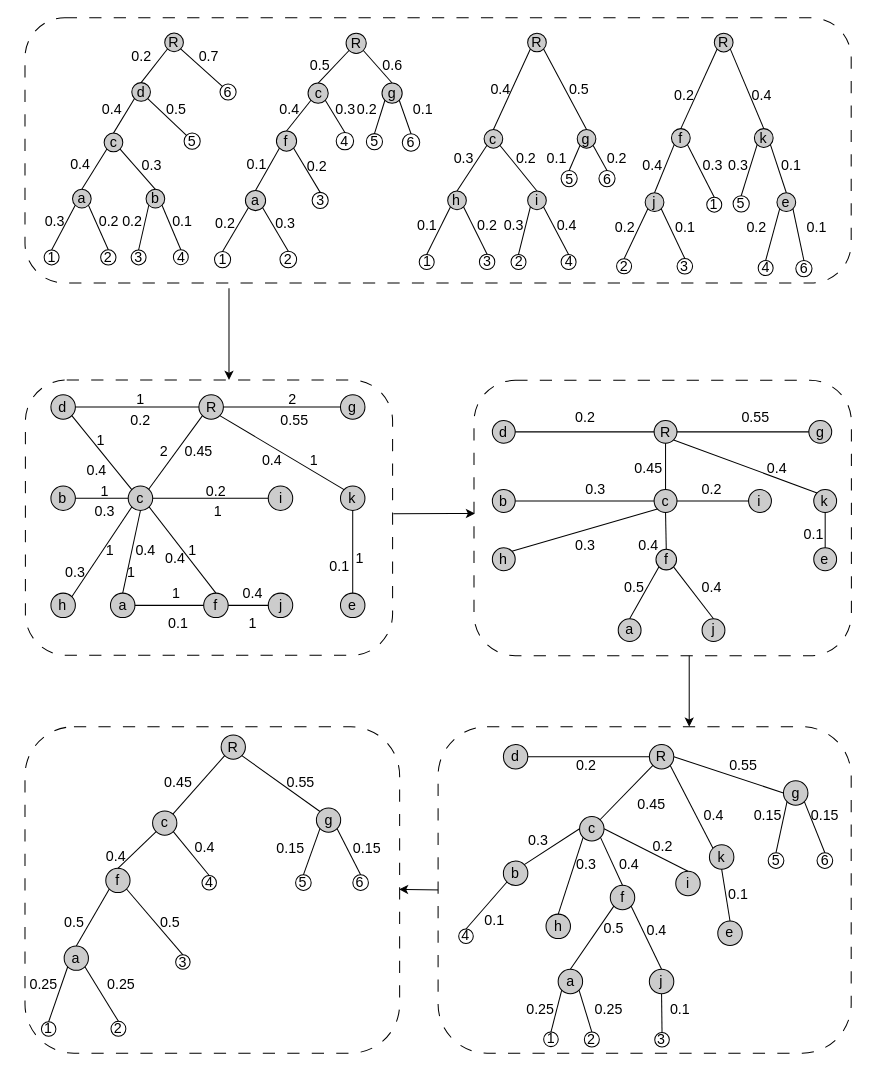
This is page "Page-3" (1 of 3) of img/Fig5.drawio from tahiri-lab/PrismTree, a draw.io file, before an edit. Source tidied: cells renumbered, new cells numbered last; positions are measured from the earlier drawing's top-left corner, leaving out a move shared by most shapes. Both pictures are drawn from the tidied source at 102%, with x=0, y=0 at pixel (16, 17).
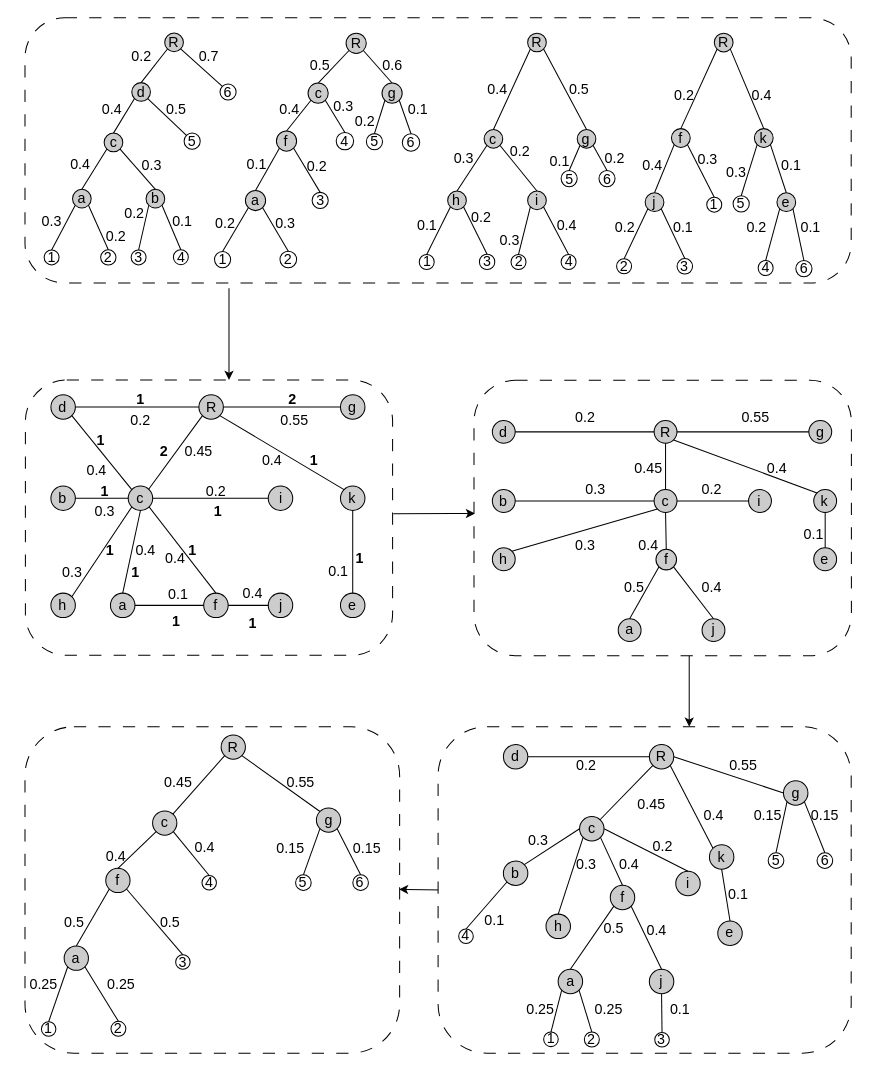
The same diagram, later.

The change refers to these unchanged cells:
```xml
<mxCell id="3" style="group;verticalAlign=middle;align=center;fontStyle=0;fontSize=14;" parent="1" vertex="1">
  <mxGeometry x="394.5" y="10" width="208.2" height="240" as="geometry" />
</mxCell>
<mxCell id="35" style="group;verticalAlign=middle;align=center;fontStyle=0;fontSize=14;" parent="1" vertex="1">
  <mxGeometry x="588" y="5" width="193.6" height="250" as="geometry" />
</mxCell>
<mxCell id="69" style="group;verticalAlign=middle;align=center;fontStyle=0;fontSize=14;" parent="1" vertex="1">
  <mxGeometry x="50.4" y="355" width="370.5" height="270" as="geometry" />
</mxCell>
<mxCell id="124" style="group;verticalAlign=middle;align=center;fontStyle=0;fontSize=14;" parent="1" vertex="1">
  <mxGeometry x="26.8" y="14.9" width="190" height="230" as="geometry" />
</mxCell>
<mxCell id="156" style="group;verticalAlign=middle;align=center;fontStyle=0;fontSize=14;" parent="1" vertex="1">
  <mxGeometry x="193.8" y="15.1" width="223.9" height="230" as="geometry" />
</mxCell>
```

What changed in the source:
```diff
@@
     <mxCell id="26" value="0.3" style="text;html=1;align=center;verticalAlign=middle;strokeColor=none;fillColor=none;fontStyle=0;fontSize=14;" parent="3" vertex="1">
-      <mxGeometry x="72.1" y="178.2" width="40" height="30" as="geometry" />
+      <mxGeometry x="68.1" y="193.2" width="40" height="30" as="geometry" />
     </mxCell>
     <mxCell id="27" value="0.2" style="text;html=1;align=center;verticalAlign=middle;strokeColor=none;fillColor=none;fontStyle=0;fontSize=14;" parent="3" vertex="1">
-      <mxGeometry x="46.2" y="178.2" width="40" height="30" as="geometry" />
+      <mxGeometry x="40.2" y="171.2" width="40" height="30" as="geometry" />
     </mxCell>
     <mxCell id="28" value="0.2" style="text;html=1;align=center;verticalAlign=middle;strokeColor=none;fillColor=none;fontStyle=0;fontSize=14;" parent="3" vertex="1">
-      <mxGeometry x="84.7" y="113.1" width="40" height="30" as="geometry" />
+      <mxGeometry x="78.7" y="106.1" width="40" height="30" as="geometry" />
     </mxCell>
     <mxCell id="29" value="0.2" style="text;html=1;align=center;verticalAlign=middle;strokeColor=none;fillColor=none;fontStyle=0;fontSize=14;" parent="3" vertex="1">
-      <mxGeometry x="173.2" y="113.1" width="40" height="30" as="geometry" />
+      <mxGeometry x="171.2" y="113.1" width="40" height="30" as="geometry" />
     </mxCell>
@@
     <mxCell id="32" value="0.4" style="text;html=1;align=center;verticalAlign=middle;strokeColor=none;fillColor=none;fontStyle=0;fontSize=14;" parent="3" vertex="1">
-      <mxGeometry x="59" y="45" width="40" height="30" as="geometry" />
+      <mxGeometry x="56" y="45" width="40" height="30" as="geometry" />
     </mxCell>
@@
     <mxCell id="34" value="0.1" style="text;html=1;align=center;verticalAlign=middle;strokeColor=none;fillColor=none;fontStyle=0;fontSize=14;" parent="3" vertex="1">
-      <mxGeometry x="114.9" y="113.1" width="40" height="30" as="geometry" />
+      <mxGeometry x="117.9" y="116.1" width="40" height="30" as="geometry" />
     </mxCell>
@@
     <mxCell id="57" value="0.3" style="text;html=1;align=center;verticalAlign=middle;strokeColor=none;fillColor=none;fontStyle=0;fontSize=14;" parent="35" vertex="1">
-      <mxGeometry x="98.8" y="124.9" width="40" height="30" as="geometry" />
+      <mxGeometry x="96.8" y="131.9" width="40" height="30" as="geometry" />
     </mxCell>
     <mxCell id="58" value="0.3" style="text;html=1;align=center;verticalAlign=middle;strokeColor=none;fillColor=none;fontStyle=0;fontSize=14;" parent="35" vertex="1">
-      <mxGeometry x="74.4" y="124.9" width="40" height="30" as="geometry" />
+      <mxGeometry x="69.4" y="118.9" width="40" height="30" as="geometry" />
     </mxCell>
@@
     <mxCell id="62" value="0.1" style="text;html=1;align=center;verticalAlign=middle;strokeColor=none;fillColor=none;fontStyle=0;fontSize=14;" parent="35" vertex="1">
-      <mxGeometry x="47" y="184.9" width="40" height="30" as="geometry" />
+      <mxGeometry x="45" y="184.9" width="40" height="30" as="geometry" />
     </mxCell>
@@
-    <mxCell id="92" value="1" style="text;html=1;align=center;verticalAlign=middle;strokeColor=none;fillColor=none;fontStyle=0;fontSize=14;" parent="69" vertex="1">
+    <mxCell id="92" value="1" style="text;html=1;align=center;verticalAlign=middle;strokeColor=none;fillColor=none;fontStyle=1;fontSize=14;" parent="69" vertex="1">
       <mxGeometry x="55.6" y="4" width="30" height="30" as="geometry" />
     </mxCell>
-    <mxCell id="93" value="1" style="text;html=1;align=center;verticalAlign=middle;strokeColor=none;fillColor=none;fontStyle=0;fontSize=14;" parent="69" vertex="1">
+    <mxCell id="93" value="1" style="text;html=1;align=center;verticalAlign=middle;strokeColor=none;fillColor=none;fontStyle=1;fontSize=14;" parent="69" vertex="1">
       <mxGeometry x="25.6" y="152" width="30" height="30" as="geometry" />
     </mxCell>
-    <mxCell id="94" value="1" style="text;html=1;align=center;verticalAlign=middle;strokeColor=none;fillColor=none;fontStyle=0;fontSize=14;" parent="69" vertex="1">
+    <mxCell id="94" value="1" style="text;html=1;align=center;verticalAlign=middle;strokeColor=none;fillColor=none;fontStyle=1;fontSize=14;" parent="69" vertex="1">
       <mxGeometry x="225.3" y="64" width="30" height="30" as="geometry" />
     </mxCell>
-    <mxCell id="95" value="1" style="text;html=1;align=center;verticalAlign=middle;strokeColor=none;fillColor=none;fontStyle=0;fontSize=14;" parent="69" vertex="1">
+    <mxCell id="95" value="1" style="text;html=1;align=center;verticalAlign=middle;strokeColor=none;fillColor=none;fontStyle=1;fontSize=14;" parent="69" vertex="1">
       <mxGeometry x="131.5" y="114" width="30" height="30" as="geometry" />
     </mxCell>
-    <mxCell id="96" value="1" style="text;html=1;align=center;verticalAlign=middle;strokeColor=none;fillColor=none;fontStyle=0;fontSize=14;" parent="69" vertex="1">
-      <mxGeometry x="90.8" y="194" width="30" height="30" as="geometry" />
+    <mxCell id="96" value="1" style="text;html=1;align=center;verticalAlign=middle;strokeColor=none;fillColor=none;fontStyle=1;fontSize=14;" parent="69" vertex="1">
+      <mxGeometry x="90.8" y="222" width="30" height="30" as="geometry" />
     </mxCell>
-    <mxCell id="97" value="1" style="text;html=1;align=center;verticalAlign=middle;strokeColor=none;fillColor=none;fontStyle=0;fontSize=14;" parent="69" vertex="1">
+    <mxCell id="97" value="1" style="text;html=1;align=center;verticalAlign=middle;strokeColor=none;fillColor=none;fontStyle=1;fontSize=14;" parent="69" vertex="1">
       <mxGeometry x="270.6" y="159.5" width="30" height="30" as="geometry" />
     </mxCell>
-    <mxCell id="98" value="1" style="text;html=1;align=center;verticalAlign=middle;strokeColor=none;fillColor=none;fontStyle=0;fontSize=14;" parent="69" vertex="1">
+    <mxCell id="98" value="1" style="text;html=1;align=center;verticalAlign=middle;strokeColor=none;fillColor=none;fontStyle=1;fontSize=14;" parent="69" vertex="1">
       <mxGeometry x="165.6" y="224" width="30" height="30" as="geometry" />
     </mxCell>
-    <mxCell id="99" value="1" style="text;html=1;align=center;verticalAlign=middle;strokeColor=none;fillColor=none;fontStyle=0;fontSize=14;" parent="69" vertex="1">
+    <mxCell id="99" value="&lt;b&gt;1&lt;/b&gt;" style="text;html=1;align=center;verticalAlign=middle;strokeColor=none;fillColor=none;fontStyle=0;fontSize=14;" parent="69" vertex="1">
       <mxGeometry x="16.4" y="44" width="30" height="30" as="geometry" />
     </mxCell>
-    <mxCell id="100" value="1" style="text;html=1;align=center;verticalAlign=middle;strokeColor=none;fillColor=none;fontStyle=0;fontSize=14;" parent="69" vertex="1">
+    <mxCell id="100" value="1" style="text;html=1;align=center;verticalAlign=middle;strokeColor=none;fillColor=none;fontStyle=1;fontSize=14;" parent="69" vertex="1">
       <mxGeometry x="20.6" y="94" width="30" height="30" as="geometry" />
     </mxCell>
-    <mxCell id="101" value="2" style="text;html=1;align=center;verticalAlign=middle;strokeColor=none;fillColor=none;fontStyle=0;fontSize=14;" parent="69" vertex="1">
+    <mxCell id="101" value="2" style="text;html=1;align=center;verticalAlign=middle;strokeColor=none;fillColor=none;fontStyle=1;fontSize=14;" parent="69" vertex="1">
       <mxGeometry x="204.5" y="4" width="30" height="30" as="geometry" />
     </mxCell>
@@
-    <mxCell id="104" value="2" style="text;html=1;align=center;verticalAlign=middle;strokeColor=none;fillColor=none;fontStyle=0;fontSize=14;" parent="69" vertex="1">
+    <mxCell id="104" value="2" style="text;html=1;align=center;verticalAlign=middle;strokeColor=none;fillColor=none;fontStyle=1;fontSize=14;" parent="69" vertex="1">
       <mxGeometry x="78.8" y="54.5" width="30" height="30" as="geometry" />
     </mxCell>
@@
     <mxCell id="109" value="0.3" style="text;html=1;align=center;verticalAlign=middle;strokeColor=none;fillColor=none;fontStyle=0;fontSize=14;" parent="69" vertex="1">
-      <mxGeometry x="-13.6" y="174" width="40" height="30" as="geometry" />
+      <mxGeometry x="-16.6" y="174" width="40" height="30" as="geometry" />
     </mxCell>
@@
     <mxCell id="111" value="0.1" style="text;html=1;align=center;verticalAlign=middle;strokeColor=none;fillColor=none;fontStyle=0;fontSize=14;" parent="69" vertex="1">
-      <mxGeometry x="87.6" y="224" width="40" height="30" as="geometry" />
+      <mxGeometry x="87.6" y="195" width="40" height="30" as="geometry" />
     </mxCell>
@@
     <mxCell id="114" value="0.1" style="text;html=1;align=center;verticalAlign=middle;strokeColor=none;fillColor=none;fontStyle=0;fontSize=14;" parent="69" vertex="1">
-      <mxGeometry x="246" y="167.5" width="40" height="30" as="geometry" />
+      <mxGeometry x="245" y="172.5" width="40" height="30" as="geometry" />
     </mxCell>
@@
-    <mxCell id="117" value="1" style="text;html=1;align=center;verticalAlign=middle;strokeColor=none;fillColor=none;fontStyle=0;fontSize=14;" parent="69" vertex="1">
+    <mxCell id="117" value="1" style="text;html=1;align=center;verticalAlign=middle;strokeColor=none;fillColor=none;fontStyle=1;fontSize=14;" parent="69" vertex="1">
       <mxGeometry x="106.4" y="152" width="30" height="30" as="geometry" />
     </mxCell>
-    <mxCell id="118" value="1" style="text;html=1;align=center;verticalAlign=middle;strokeColor=none;fillColor=none;fontStyle=0;fontSize=14;" parent="69" vertex="1">
-      <mxGeometry x="46.4" y="174" width="30" height="30" as="geometry" />
+    <mxCell id="118" value="1" style="text;html=1;align=center;verticalAlign=middle;strokeColor=none;fillColor=none;fontStyle=1;fontSize=14;" parent="69" vertex="1">
+      <mxGeometry x="50.4" y="174" width="30" height="30" as="geometry" />
     </mxCell>
@@
     <mxCell id="147" value="0.2" style="text;html=1;align=center;verticalAlign=middle;strokeColor=none;fillColor=none;fontStyle=0;fontSize=14;" parent="124" vertex="1">
-      <mxGeometry x="42.9" y="170" width="40" height="30" as="geometry" />
+      <mxGeometry x="49.9" y="184" width="40" height="30" as="geometry" />
     </mxCell>
     <mxCell id="148" value="0.2" style="text;html=1;align=center;verticalAlign=middle;strokeColor=none;fillColor=none;fontStyle=0;fontSize=14;" parent="124" vertex="1">
-      <mxGeometry x="66.6" y="170" width="40" height="30" as="geometry" />
+      <mxGeometry x="68.6" y="162" width="40" height="30" as="geometry" />
     </mxCell>
@@
     <mxCell id="155" value="0.3" style="text;html=1;align=center;verticalAlign=middle;strokeColor=none;fillColor=none;fontStyle=0;fontSize=14;" parent="124" vertex="1">
-      <mxGeometry x="-10" y="170" width="40" height="30" as="geometry" />
+      <mxGeometry x="-13" y="170" width="40" height="30" as="geometry" />
     </mxCell>
@@
     <mxCell id="179" value="0.3" style="text;html=1;align=center;verticalAlign=middle;strokeColor=none;fillColor=none;fontStyle=0;fontSize=14;" parent="156" vertex="1">
-      <mxGeometry x="107.8" y="59.9" width="40" height="30" as="geometry" />
+      <mxGeometry x="105.8" y="56.9" width="40" height="30" as="geometry" />
     </mxCell>
@@
     <mxCell id="181" value="0.2" style="text;html=1;align=center;verticalAlign=middle;strokeColor=none;fillColor=none;fontStyle=0;fontSize=14;" parent="156" vertex="1">
-      <mxGeometry x="129" y="59.9" width="40" height="30" as="geometry" />
+      <mxGeometry x="127" y="71.9" width="40" height="30" as="geometry" />
     </mxCell>
@@
     <mxCell id="186" value="0.1" style="text;html=1;align=center;verticalAlign=middle;strokeColor=none;fillColor=none;fontStyle=0;fontSize=14;" parent="156" vertex="1">
-      <mxGeometry x="183.9" y="59.9" width="40" height="30" as="geometry" />
+      <mxGeometry x="178.9" y="59.9" width="40" height="30" as="geometry" />
     </mxCell>
@@
     <mxCell id="222" value="0.1" style="text;html=1;align=center;verticalAlign=middle;strokeColor=none;fillColor=none;fontStyle=0;fontSize=14;" parent="1" vertex="1">
-      <mxGeometry x="763.7" y="189.9" width="40" height="30" as="geometry" />
+      <mxGeometry x="757.7" y="189.9" width="40" height="30" as="geometry" />
     </mxCell>
```
